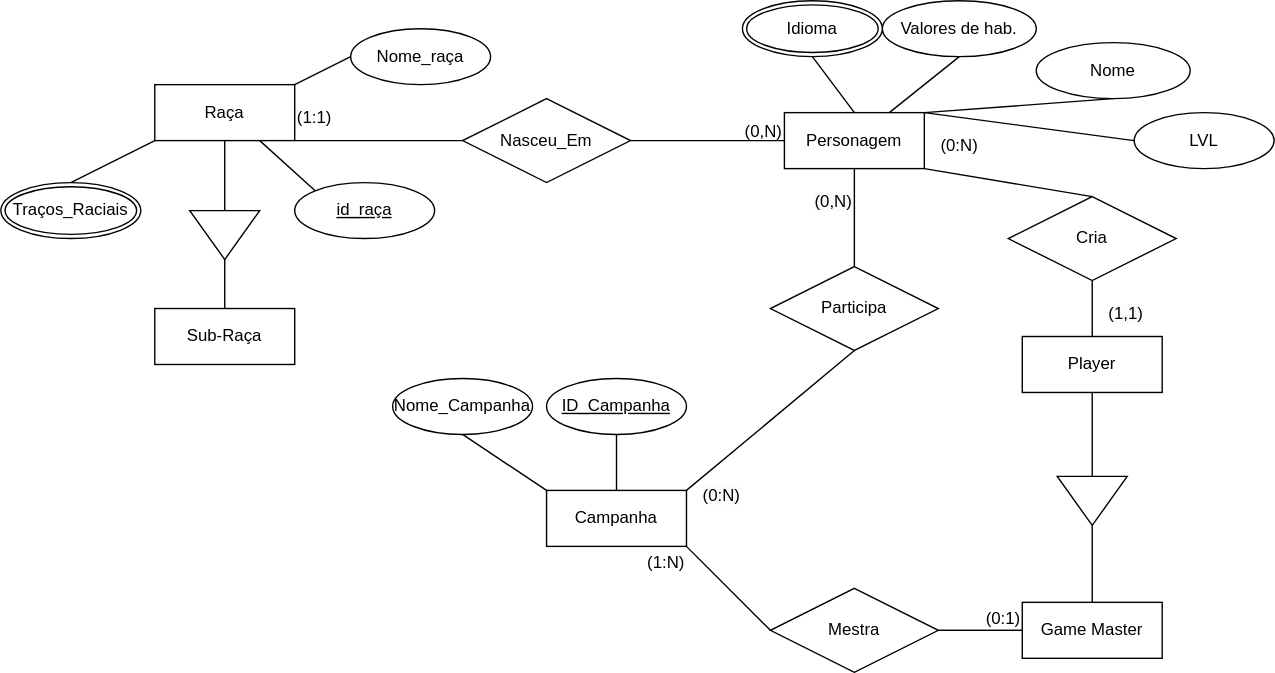
Earlier version of the draw.io export Diagrama sem nome.drawio.svg (VitorFonseca123/DnD-RPG). Source tidied: cells renumbered, new cells last; positions are measured from the earlier drawing's top-left corner, leaving out a move shared by most shapes.
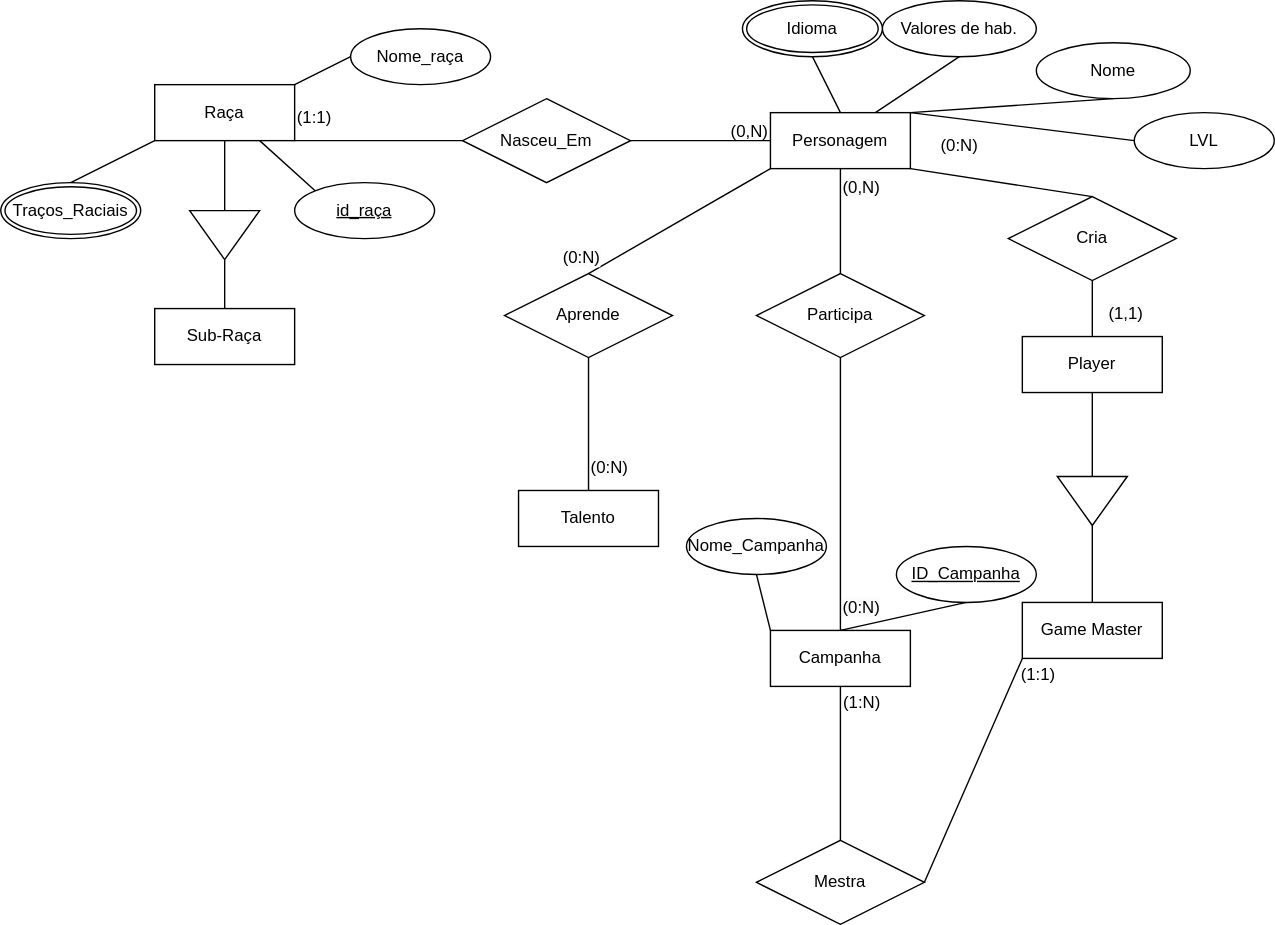
The same diagram one commit later.

The edit, as a diff of the source:
```diff
@@ -15,40 +15,39 @@
       <mxGeometry relative="1" as="geometry" />
     </mxCell>
     <mxCell id="6" value="Campanha" style="whiteSpace=wrap;html=1;align=center;" parent="1" vertex="1">
-      <mxGeometry x="390" y="350" width="100" height="40" as="geometry" />
+      <mxGeometry x="550" y="450" width="100" height="40" as="geometry" />
     </mxCell>
     <mxCell id="7" style="endArrow=none;html=1;rounded=0;exitX=0;exitY=0;exitDx=25;exitDy=0;exitPerimeter=0;entryX=0.5;entryY=0;entryDx=0;entryDy=0;" parent="1" edge="1" source="4" target="3">
       <mxGeometry relative="1" as="geometry" />
     </mxCell>
     <mxCell id="8" value="Mestra" style="shape=rhombus;perimeter=rhombusPerimeter;whiteSpace=wrap;html=1;align=center;" parent="1" vertex="1">
-      <mxGeometry x="550" y="420" width="120" height="60" as="geometry" />
+      <mxGeometry x="540" y="600" width="120" height="60" as="geometry" />
     </mxCell>
-    <mxCell id="9" style="endArrow=none;html=1;rounded=0;exitX=1;exitY=0.5;exitDx=0;exitDy=0;entryX=0;entryY=0.5;entryDx=0;entryDy=0;" parent="1" edge="1" source="8" target="3">
-      <mxGeometry relative="1" as="geometry" />
-    </mxCell>
-    <mxCell id="10" style="endArrow=none;html=1;rounded=0;entryX=1;entryY=1;entryDx=0;entryDy=0;exitX=0;exitY=0.5;exitDx=0;exitDy=0;" parent="1" edge="1" source="8" target="6">
+    <mxCell id="10" style="endArrow=none;html=1;rounded=0;entryX=0.5;entryY=1;entryDx=0;entryDy=0;exitX=0.5;exitY=0;exitDx=0;exitDy=0;" parent="1" edge="1" source="8" target="6">
       <mxGeometry relative="1" as="geometry" />
     </mxCell>
-    <mxCell id="11" style="endArrow=none;html=1;rounded=0;exitX=1;exitY=0.5;exitDx=0;exitDy=0;entryX=0;entryY=0.5;entryDx=0;entryDy=0;" parent="1" edge="1" source="8" target="3">
+    <mxCell id="11" style="endArrow=none;html=1;rounded=0;exitX=1;exitY=0.5;exitDx=0;exitDy=0;entryX=0;entryY=1;entryDx=0;entryDy=0;" parent="1" edge="1" source="8" target="3">
       <mxGeometry relative="1" as="geometry" />
     </mxCell>
-    <mxCell id="12" value="(0:1&lt;span style=&quot;background-color: initial;&quot;&gt;)&lt;/span&gt;" style="html=1;whiteSpace=wrap;align=right;verticalAlign=bottom;" parent="11" vertex="1">
-      <mxGeometry x="1" relative="1" as="geometry" />
+    <mxCell id="12" value="(1:1&lt;span style=&quot;background-color: initial;&quot;&gt;)&lt;/span&gt;" style="html=1;whiteSpace=wrap;align=right;verticalAlign=bottom;" parent="11" vertex="1">
+      <mxGeometry x="1" relative="1" as="geometry">
+        <mxPoint x="25" y="20" as="offset" />
+      </mxGeometry>
     </mxCell>
     <mxCell id="13" value="(1:N)" style="html=1;whiteSpace=wrap;align=right;verticalAlign=bottom;" parent="1" vertex="1">
-      <mxGeometry x="490" y="410" as="geometry" />
+      <mxGeometry x="630" y="510" as="geometry" />
     </mxCell>
     <mxCell id="14" style="endArrow=none;html=1;rounded=0;exitX=0.5;exitY=1;exitDx=0;exitDy=0;" parent="1" edge="1" source="23" target="2">
       <mxGeometry relative="1" as="geometry" />
     </mxCell>
-    <mxCell id="15" style="endArrow=none;html=1;rounded=0;exitX=0.5;exitY=1;exitDx=0;exitDy=0;entryX=1;entryY=0;entryDx=0;entryDy=0;" parent="1" edge="1" source="26" target="6">
+    <mxCell id="15" style="endArrow=none;html=1;rounded=0;exitX=0.5;exitY=1;exitDx=0;exitDy=0;entryX=0.5;entryY=0;entryDx=0;entryDy=0;" parent="1" edge="1" source="26" target="6">
       <mxGeometry relative="1" as="geometry" />
     </mxCell>
     <mxCell id="16" value="Nome_Campanha" style="ellipse;whiteSpace=wrap;html=1;align=center;" parent="1" vertex="1">
-      <mxGeometry x="280" y="270" width="100" height="40" as="geometry" />
+      <mxGeometry x="490" y="370" width="100" height="40" as="geometry" />
     </mxCell>
     <mxCell id="17" value="ID_Campanha" style="ellipse;whiteSpace=wrap;html=1;align=center;fontStyle=4;" parent="1" vertex="1">
-      <mxGeometry x="390" y="270" width="100" height="40" as="geometry" />
+      <mxGeometry x="640" y="390" width="100" height="40" as="geometry" />
     </mxCell>
     <mxCell id="18" style="endArrow=none;html=1;rounded=0;exitX=0.5;exitY=1;exitDx=0;exitDy=0;entryX=0.5;entryY=0;entryDx=0;entryDy=0;" parent="1" edge="1" source="17" target="6">
       <mxGeometry relative="1" as="geometry" />
@@ -60,10 +59,10 @@
       <mxGeometry x="790" y="210" width="60" height="30" as="geometry" />
     </mxCell>
     <mxCell id="21" value="&lt;span style=&quot;color: rgb(0, 0, 0); font-family: Helvetica; font-size: 12px; font-style: normal; font-variant-ligatures: normal; font-variant-caps: normal; font-weight: 400; letter-spacing: normal; orphans: 2; text-align: right; text-indent: 0px; text-transform: none; widows: 2; word-spacing: 0px; -webkit-text-stroke-width: 0px; white-space: nowrap; background-color: rgb(251, 251, 251); text-decoration-thickness: initial; text-decoration-style: initial; text-decoration-color: initial; display: inline !important; float: none;&quot;&gt;(0:N)&lt;/span&gt;" style="text;whiteSpace=wrap;html=1;" parent="1" vertex="1">
-      <mxGeometry x="500" y="340" width="60" height="40" as="geometry" />
+      <mxGeometry x="600" y="420" width="60" height="40" as="geometry" />
     </mxCell>
     <mxCell id="22" value="Personagem" style="whiteSpace=wrap;html=1;align=center;" parent="1" vertex="1">
-      <mxGeometry x="560" y="80" width="100" height="40" as="geometry" />
+      <mxGeometry x="550" y="80" width="100" height="40" as="geometry" />
     </mxCell>
     <mxCell id="23" value="Cria" style="shape=rhombus;perimeter=rhombusPerimeter;whiteSpace=wrap;html=1;align=center;" parent="1" vertex="1">
       <mxGeometry x="720" y="140" width="120" height="60" as="geometry" />
@@ -75,13 +74,13 @@
       <mxGeometry x="670" y="90" width="60" height="30" as="geometry" />
     </mxCell>
     <mxCell id="26" value="Participa" style="shape=rhombus;perimeter=rhombusPerimeter;whiteSpace=wrap;html=1;align=center;" parent="1" vertex="1">
-      <mxGeometry x="550" y="190" width="120" height="60" as="geometry" />
+      <mxGeometry x="540" y="195" width="120" height="60" as="geometry" />
     </mxCell>
     <mxCell id="27" style="endArrow=none;html=1;rounded=0;exitX=0.5;exitY=0;exitDx=0;exitDy=0;entryX=0.5;entryY=1;entryDx=0;entryDy=0;" parent="1" edge="1" source="26" target="22">
       <mxGeometry relative="1" as="geometry" />
     </mxCell>
     <mxCell id="28" value="&lt;span style=&quot;color: rgb(0, 0, 0); font-family: Helvetica; font-size: 12px; font-style: normal; font-variant-ligatures: normal; font-variant-caps: normal; font-weight: 400; letter-spacing: normal; orphans: 2; text-align: right; text-indent: 0px; text-transform: none; widows: 2; word-spacing: 0px; -webkit-text-stroke-width: 0px; white-space: nowrap; background-color: rgb(251, 251, 251); text-decoration-thickness: initial; text-decoration-style: initial; text-decoration-color: initial; display: inline !important; float: none;&quot;&gt;(0,N)&lt;/span&gt;" style="text;whiteSpace=wrap;html=1;" parent="1" vertex="1">
-      <mxGeometry x="580" y="130" width="60" height="40" as="geometry" />
+      <mxGeometry x="600" y="120" width="60" height="40" as="geometry" />
     </mxCell>
     <mxCell id="29" value="Valores de hab." style="ellipse;whiteSpace=wrap;html=1;align=center;" parent="1" vertex="1">
       <mxGeometry x="630" width="110" height="40" as="geometry" />
@@ -117,7 +116,7 @@
       <mxGeometry x="210" y="70" width="60" height="30" as="geometry" />
     </mxCell>
     <mxCell id="40" value="&lt;span style=&quot;text-align: right; text-wrap: nowrap;&quot;&gt;(0,N&lt;/span&gt;&lt;span style=&quot;text-align: right; text-wrap: nowrap; background-color: initial;&quot;&gt;)&lt;/span&gt;" style="text;whiteSpace=wrap;html=1;" parent="1" vertex="1">
-      <mxGeometry x="530" y="80" width="60" height="30" as="geometry" />
+      <mxGeometry x="520" y="80" width="60" height="30" as="geometry" />
     </mxCell>
     <mxCell id="41" value="Sub-Raça" style="whiteSpace=wrap;html=1;align=center;" parent="1" vertex="1">
       <mxGeometry x="110" y="220" width="100" height="40" as="geometry" />
@@ -155,5 +154,23 @@
     <mxCell id="52" value="Idioma" style="ellipse;shape=doubleEllipse;margin=3;whiteSpace=wrap;html=1;align=center;" parent="1" vertex="1">
       <mxGeometry x="530" width="100" height="40" as="geometry" />
     </mxCell>
+    <mxCell id="53" value="Talento" style="whiteSpace=wrap;html=1;align=center;" parent="1" vertex="1">
+      <mxGeometry x="370" y="350" width="100" height="40" as="geometry" />
+    </mxCell>
+    <mxCell id="54" value="Aprende" style="shape=rhombus;perimeter=rhombusPerimeter;whiteSpace=wrap;html=1;align=center;" parent="1" vertex="1">
+      <mxGeometry x="360" y="195" width="120" height="60" as="geometry" />
+    </mxCell>
+    <mxCell id="55" style="endArrow=none;html=1;rounded=0;exitX=0.5;exitY=0;exitDx=0;exitDy=0;entryX=0.5;entryY=1;entryDx=0;entryDy=0;" parent="1" edge="1" source="53" target="54">
+      <mxGeometry relative="1" as="geometry" />
+    </mxCell>
+    <mxCell id="56" style="endArrow=none;html=1;rounded=0;exitX=0.5;exitY=0;exitDx=0;exitDy=0;entryX=0;entryY=1;entryDx=0;entryDy=0;" parent="1" edge="1" source="54" target="22">
+      <mxGeometry relative="1" as="geometry" />
+    </mxCell>
+    <mxCell id="57" value="&lt;span style=&quot;color: rgb(0, 0, 0); font-family: Helvetica; font-size: 12px; font-style: normal; font-variant-ligatures: normal; font-variant-caps: normal; font-weight: 400; letter-spacing: normal; orphans: 2; text-align: right; text-indent: 0px; text-transform: none; widows: 2; word-spacing: 0px; -webkit-text-stroke-width: 0px; white-space: nowrap; background-color: rgb(251, 251, 251); text-decoration-thickness: initial; text-decoration-style: initial; text-decoration-color: initial; display: inline !important; float: none;&quot;&gt;(0:N)&lt;/span&gt;" style="text;whiteSpace=wrap;html=1;" parent="1" vertex="1">
+      <mxGeometry x="420" y="320" width="60" height="40" as="geometry" />
+    </mxCell>
+    <mxCell id="58" value="&lt;span style=&quot;color: rgb(0, 0, 0); font-family: Helvetica; font-size: 12px; font-style: normal; font-variant-ligatures: normal; font-variant-caps: normal; font-weight: 400; letter-spacing: normal; orphans: 2; text-align: right; text-indent: 0px; text-transform: none; widows: 2; word-spacing: 0px; -webkit-text-stroke-width: 0px; white-space: nowrap; background-color: rgb(251, 251, 251); text-decoration-thickness: initial; text-decoration-style: initial; text-decoration-color: initial; display: inline !important; float: none;&quot;&gt;(0:N)&lt;/span&gt;" style="text;whiteSpace=wrap;html=1;" parent="1" vertex="1">
+      <mxGeometry x="400" y="170" width="60" height="40" as="geometry" />
+    </mxCell>
   </root>
 </mxGraphModel>
```
